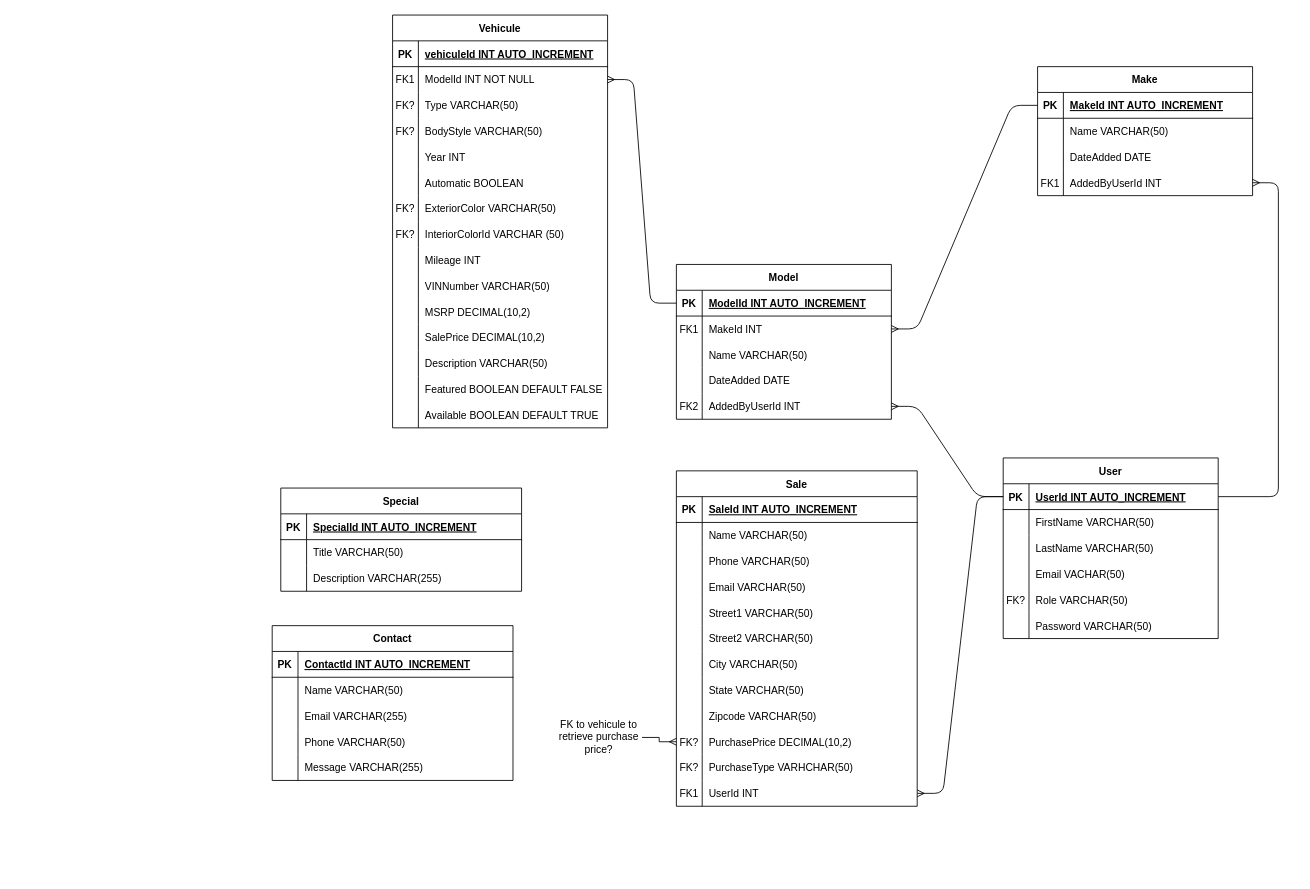
w-yannick/car-dealership keeps this draw.io diagram as Database/CarDealership.drawio. Above is the earlier version. Source tidied: cells renumbered, new cells numbered last; positions are measured from the earlier drawing's top-left corner, leaving out a move shared by most shapes. Both pictures are drawn from the tidied source at 86%, with x=0, y=0 at pixel (272, 15).
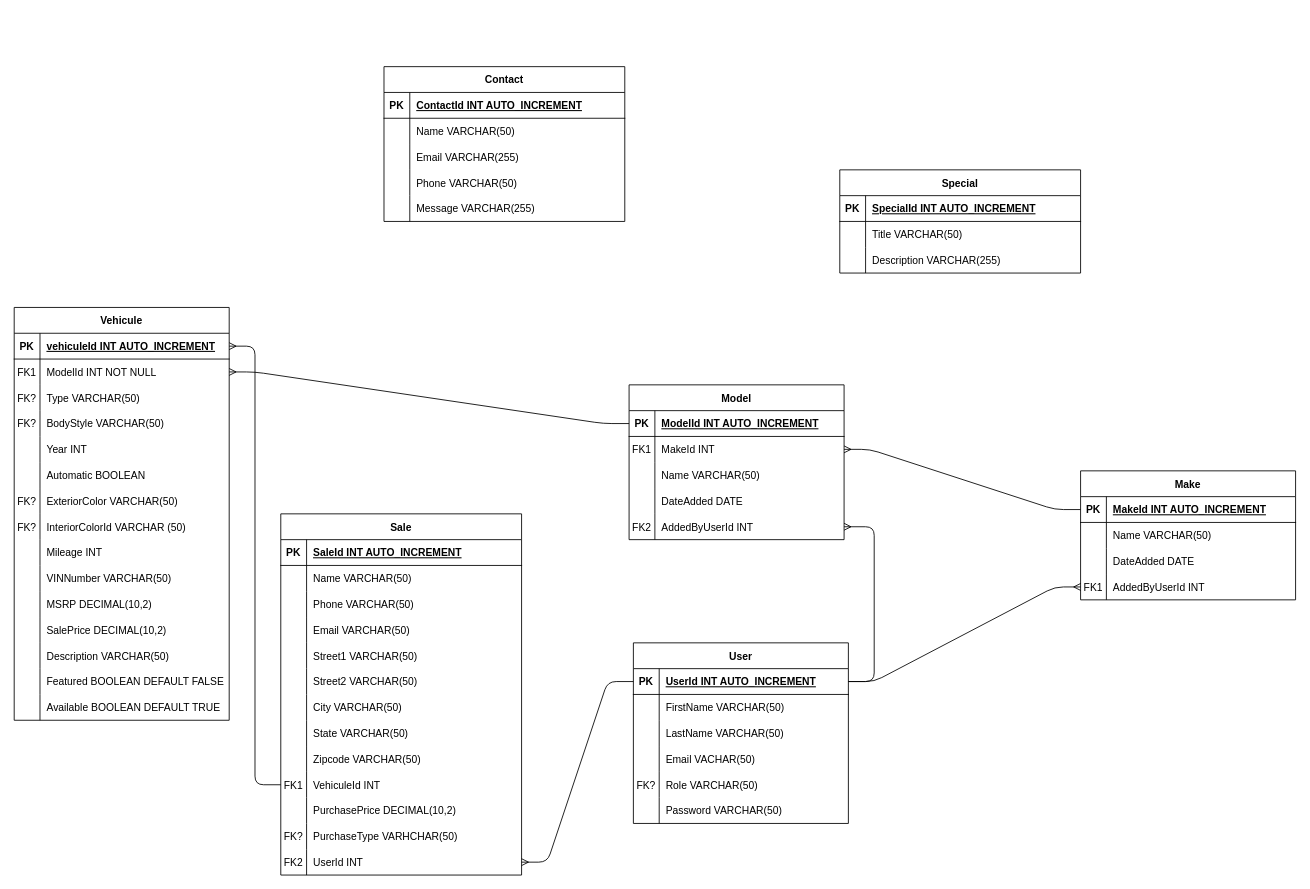
After the change.

Commit message (it also covers changes not shown here):
Add reference of Vehicule to sale table

Unchanged cells that the change refers to:
```xml
<mxCell id="35" style="shape=partialRectangle;fillColor=none;points=[[0,0.5],[1,0.5]];portConstraint=eastwest;top=0;left=0;right=0;bottom=1;" parent="34" vertex="1">
  <mxGeometry y="30" width="250" height="30" as="geometry" />
</mxCell>
```

The edit, as a diff of the source:
```diff
@@
     <mxCell id="2" value="Make" style="shape=table;startSize=30;childLayout=tableLayout;rowLines=0;fontStyle=1;align=center;" parent="1" vertex="1">
-      <mxGeometry x="890" y="60" width="250" height="150" as="geometry" />
+      <mxGeometry x="940" y="530" width="250" height="150" as="geometry" />
     </mxCell>
@@
     <mxCell id="15" value="User" style="shape=table;startSize=30;childLayout=tableLayout;rowLines=0;fontStyle=1;align=center;" parent="1" vertex="1">
-      <mxGeometry x="850" y="515" width="250" height="210" as="geometry" />
+      <mxGeometry x="420" y="730" width="250" height="210" as="geometry" />
     </mxCell>
@@
     <mxCell id="34" value="Vehicule" style="shape=table;startSize=30;childLayout=tableLayout;rowLines=0;fontStyle=1;align=center;" parent="1" vertex="1">
-      <mxGeometry x="140" width="250" height="480" as="geometry" />
+      <mxGeometry x="-300" y="340" width="250" height="480" as="geometry" />
     </mxCell>
@@
     <mxCell id="80" value="Model" style="shape=table;startSize=30;childLayout=tableLayout;rowLines=0;fontStyle=1;align=center;" parent="1" vertex="1">
-      <mxGeometry x="470" y="290" width="250" height="180" as="geometry" />
+      <mxGeometry x="415" y="430" width="250" height="180" as="geometry" />
     </mxCell>
@@
     <mxCell id="99" value="Sale" style="shape=table;startSize=30;childLayout=tableLayout;rowLines=0;fontStyle=1;align=center;" parent="1" vertex="1">
-      <mxGeometry x="470" y="530" width="280" height="390" as="geometry" />
+      <mxGeometry x="10" y="580" width="280" height="420" as="geometry" />
     </mxCell>
@@
+    <mxCell id="166" style="shape=partialRectangle;fillColor=none;points=[[0,0.5],[1,0.5]];portConstraint=eastwest;top=0;left=0;right=0;bottom=0;" parent="99" vertex="1">
+      <mxGeometry y="300" width="280" height="30" as="geometry" />
+    </mxCell>
+    <mxCell id="167" value="FK1" style="shape=partialRectangle;overflow=hidden;fillColor=none;top=0;left=0;bottom=0;right=0;" parent="166" vertex="1">
+      <mxGeometry width="30" height="30" as="geometry" />
+    </mxCell>
+    <mxCell id="168" value="VehiculeId INT" style="shape=partialRectangle;overflow=hidden;fillColor=none;top=0;left=0;bottom=0;right=0;align=left;spacingLeft=6;" parent="166" vertex="1">
+      <mxGeometry x="30" width="250" height="30" as="geometry" />
+    </mxCell>
     <mxCell id="127" style="shape=partialRectangle;fillColor=none;points=[[0,0.5],[1,0.5]];portConstraint=eastwest;top=0;left=0;right=0;bottom=0;" parent="99" vertex="1">
-      <mxGeometry y="300" width="280" height="30" as="geometry" />
+      <mxGeometry y="330" width="280" height="30" as="geometry" />
     </mxCell>
-    <mxCell id="128" value="FK?" style="shape=partialRectangle;overflow=hidden;fillColor=none;top=0;left=0;bottom=0;right=0;" parent="127" vertex="1">
+    <mxCell id="128" style="shape=partialRectangle;overflow=hidden;fillColor=none;top=0;left=0;bottom=0;right=0;" parent="127" vertex="1">
       <mxGeometry width="30" height="30" as="geometry" />
     </mxCell>
@@
     <mxCell id="130" style="shape=partialRectangle;fillColor=none;top=0;left=0;right=0;bottom=0;" parent="99" vertex="1">
-      <mxGeometry y="330" width="280" height="30" as="geometry" />
+      <mxGeometry y="360" width="280" height="30" as="geometry" />
     </mxCell>
@@
     <mxCell id="133" style="shape=partialRectangle;fillColor=none;points=[[0,0.5],[1,0.5]];portConstraint=eastwest;top=0;left=0;right=0;bottom=0;" parent="99" vertex="1">
-      <mxGeometry y="360" width="280" height="30" as="geometry" />
+      <mxGeometry y="390" width="280" height="30" as="geometry" />
     </mxCell>
-    <mxCell id="134" value="FK1" style="shape=partialRectangle;overflow=hidden;fillColor=none;top=0;left=0;bottom=0;right=0;" parent="133" vertex="1">
+    <mxCell id="134" value="FK2" style="shape=partialRectangle;overflow=hidden;fillColor=none;top=0;left=0;bottom=0;right=0;" parent="133" vertex="1">
       <mxGeometry width="30" height="30" as="geometry" />
     </mxCell>
@@
     <mxCell id="137" value="Special" style="shape=table;startSize=30;childLayout=tableLayout;rowLines=0;fontStyle=1;align=center;" parent="1" vertex="1">
-      <mxGeometry x="10" y="550" width="280" height="120" as="geometry" />
+      <mxGeometry x="660" y="180" width="280" height="120" as="geometry" />
     </mxCell>
@@
     <mxCell id="148" value="Contact" style="shape=table;startSize=30;childLayout=tableLayout;rowLines=0;fontStyle=1;align=center;" parent="1" vertex="1">
-      <mxGeometry y="710" width="280" height="180" as="geometry" />
+      <mxGeometry x="130" y="60" width="280" height="180" as="geometry" />
     </mxCell>
@@
-    <mxCell id="164" style="edgeStyle=orthogonalEdgeStyle;rounded=0;jettySize=auto;html=1;startArrow=none;startFill=0;endArrow=ERmany;endFill=0;" parent="1" edge="1" source="165" target="127">
-      <mxGeometry relative="1" as="geometry" />
-    </mxCell>
-    <mxCell id="165" value="FK to vehicule to retrieve purchase price?" style="text;html=1;strokeColor=none;fillColor=none;align=center;verticalAlign=middle;whiteSpace=wrap;rounded=0;" parent="1" vertex="1">
-      <mxGeometry x="330" y="790" width="100" height="100" as="geometry" />
-    </mxCell>
+    <mxCell id="169" style="edgeStyle=entityRelationEdgeStyle;endArrow=ERmany;startArrow=none;endFill=0;startFill=0;" parent="1" edge="1" source="166" target="35">
+      <mxGeometry relative="1" as="geometry" />
+    </mxCell>
```
